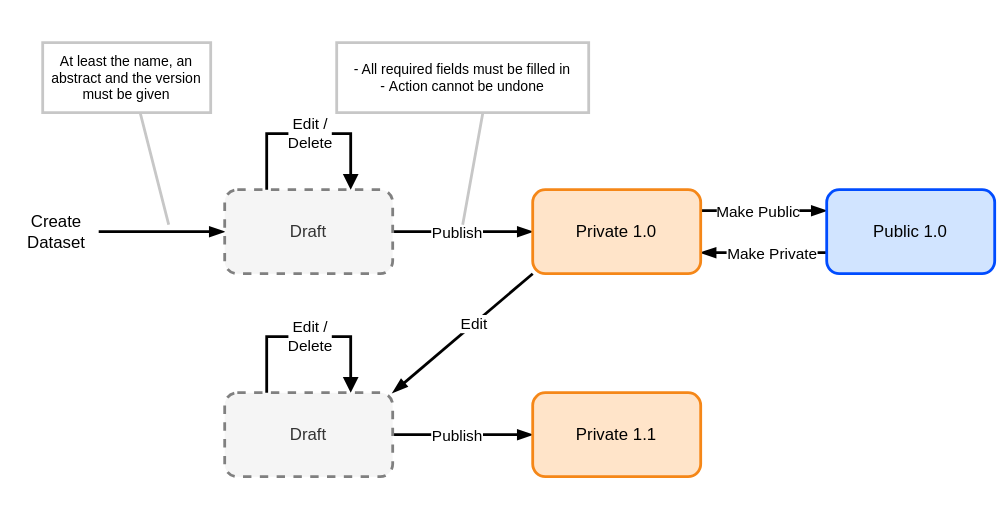
FAIRmedia-AT/data-catalog-docs keeps this draw.io diagram as docs/fairmedia-dataset-lifecycle.drawio.svg. Above is the earlier version. Source tidied: cells renumbered, new cells last; positions are measured from the earlier drawing's top-left corner, leaving out a move shared by most shapes.
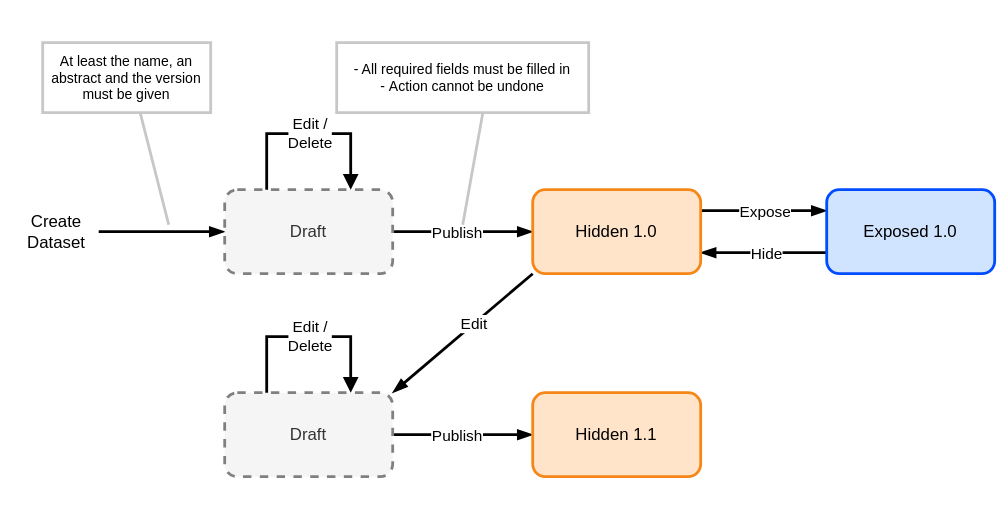
The same file after the commit.

Commit message:
Add dataset templates endpoints and update schema properties

What changed in the source:
```diff
@@ -22,9 +22,9 @@
     <mxCell id="7" style="endArrow=blockThin;html=1;rounded=0;exitX=1;exitY=0.25;exitDx=0;exitDy=0;entryX=0;entryY=0.25;entryDx=0;entryDy=0;startArrow=none;startFill=0;endFill=1;strokeWidth=2;strokeColor=#000000;" parent="1" edge="1" source="16" target="17">
       <mxGeometry relative="1" as="geometry" />
     </mxCell>
-    <mxCell id="8" value="Make Public" style="edgeLabel;html=1;align=center;verticalAlign=middle;" parent="7" vertex="1">
+    <mxCell id="8" value="Expose" style="edgeLabel;html=1;align=center;verticalAlign=middle;" parent="7" vertex="1">
       <mxGeometry x="-0.3" y="2" relative="1" as="geometry">
-        <mxPoint x="9" y="2" as="offset" />
+        <mxPoint x="14" y="2" as="offset" />
       </mxGeometry>
     </mxCell>
     <mxCell id="9" style="endArrow=blockThin;html=1;rounded=0;exitX=0;exitY=1;exitDx=0;exitDy=0;entryX=1;entryY=0;entryDx=0;entryDy=0;startArrow=none;startFill=0;endFill=1;strokeWidth=2;strokeColor=#000000;" parent="1" edge="1" source="16" target="19">
@@ -38,9 +38,9 @@
     <mxCell id="11" style="endArrow=blockThin;html=1;rounded=0;exitX=0;exitY=0.75;exitDx=0;exitDy=0;entryX=1;entryY=0.75;entryDx=0;entryDy=0;startArrow=none;startFill=0;endFill=1;strokeWidth=2;strokeColor=#000000;" parent="1" edge="1" source="17" target="16">
       <mxGeometry relative="1" as="geometry" />
     </mxCell>
-    <mxCell id="12" value="Make Private" style="edgeLabel;html=1;align=center;verticalAlign=middle;" parent="11" vertex="1">
+    <mxCell id="12" value="Hide" style="edgeLabel;html=1;align=center;verticalAlign=middle;" parent="11" vertex="1">
       <mxGeometry x="-0.3" y="2" relative="1" as="geometry">
-        <mxPoint x="-9" y="-2" as="offset" />
+        <mxPoint x="-13" y="-2" as="offset" />
       </mxGeometry>
     </mxCell>
     <mxCell id="13" style="endArrow=blockThin;html=1;rounded=0;exitX=1;exitY=0.5;exitDx=0;exitDy=0;entryX=0;entryY=0.5;entryDx=0;entryDy=0;startArrow=none;startFill=0;endFill=1;strokeWidth=2;strokeColor=#000000;" parent="1" edge="1" source="19" target="18">
@@ -54,13 +54,13 @@
     <mxCell id="15" value="Draft" style="rounded=1;whiteSpace=wrap;html=1;dashed=1;strokeWidth=2;fillColor=#f5f5f5;fontColor=#333333;strokeColor=#808080;" parent="1" vertex="1">
       <mxGeometry x="160" y="135" width="120" height="60" as="geometry" />
     </mxCell>
-    <mxCell id="16" value="Private 1.0" style="rounded=1;whiteSpace=wrap;html=1;strokeWidth=2;fillColor=#FFE4C9;strokeColor=light-dark(#F58718,#F58718);" parent="1" vertex="1">
+    <mxCell id="16" value="Hidden 1.0" style="rounded=1;whiteSpace=wrap;html=1;strokeWidth=2;fillColor=#FFE4C9;strokeColor=light-dark(#F58718,#F58718);" parent="1" vertex="1">
       <mxGeometry x="380" y="135" width="120" height="60" as="geometry" />
     </mxCell>
-    <mxCell id="17" value="Public 1.0" style="rounded=1;whiteSpace=wrap;html=1;strokeWidth=2;fillColor=#D1E4FF;strokeColor=#004CFF;" parent="1" vertex="1">
+    <mxCell id="17" value="Exposed 1.0" style="rounded=1;whiteSpace=wrap;html=1;strokeWidth=2;fillColor=#D1E4FF;strokeColor=#004CFF;" parent="1" vertex="1">
       <mxGeometry x="590" y="135" width="120" height="60" as="geometry" />
     </mxCell>
-    <mxCell id="18" value="Private 1.1" style="rounded=1;whiteSpace=wrap;html=1;strokeWidth=2;fillColor=#FFE4C9;strokeColor=light-dark(#F58718,#F58718);" parent="1" vertex="1">
+    <mxCell id="18" value="Hidden 1.1" style="rounded=1;whiteSpace=wrap;html=1;strokeWidth=2;fillColor=#FFE4C9;strokeColor=light-dark(#F58718,#F58718);" parent="1" vertex="1">
       <mxGeometry x="380" y="280" width="120" height="60" as="geometry" />
     </mxCell>
     <mxCell id="19" value="Draft" style="rounded=1;whiteSpace=wrap;html=1;dashed=1;strokeWidth=2;fillColor=#f5f5f5;fontColor=#333333;strokeColor=#808080;" parent="1" vertex="1">
```
